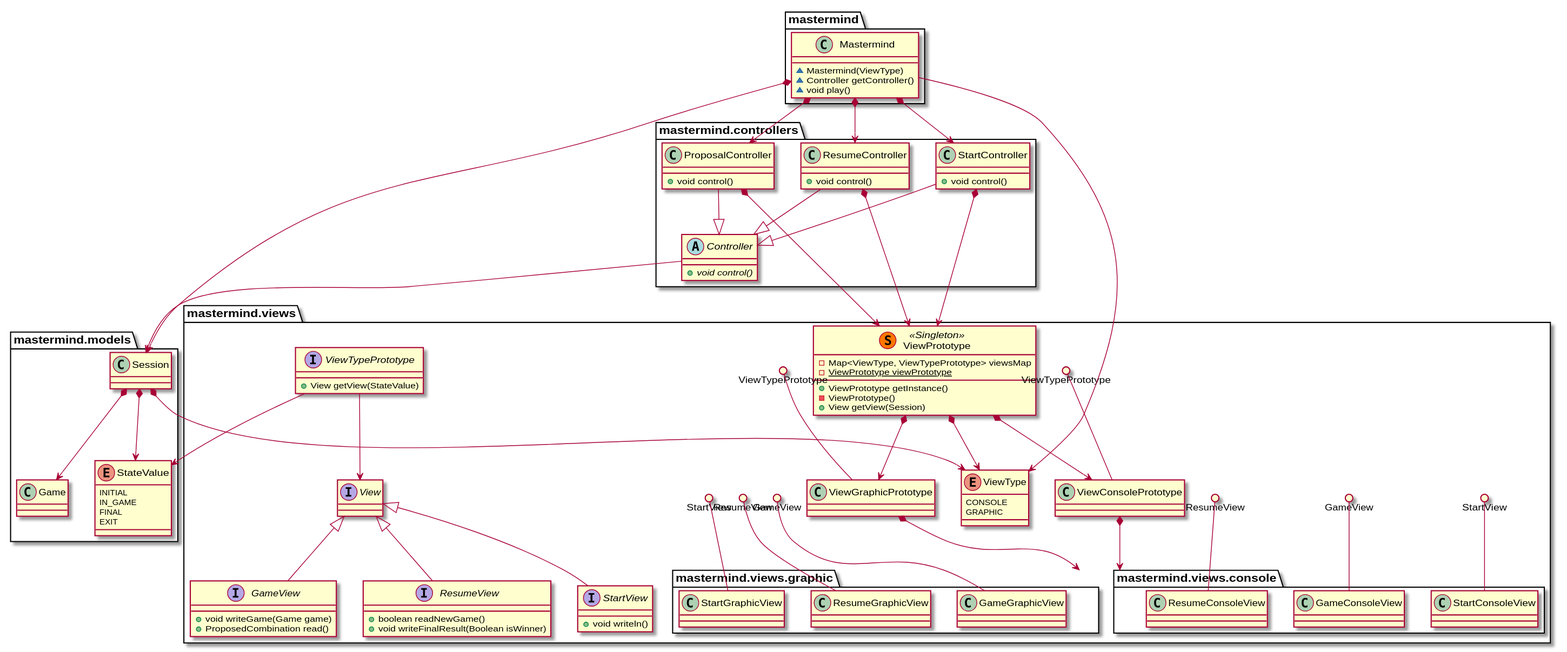
Earlier version of the PlantUML export plantuml.svg (nkoutsourais/4954-PatArqSoft-Practica4).
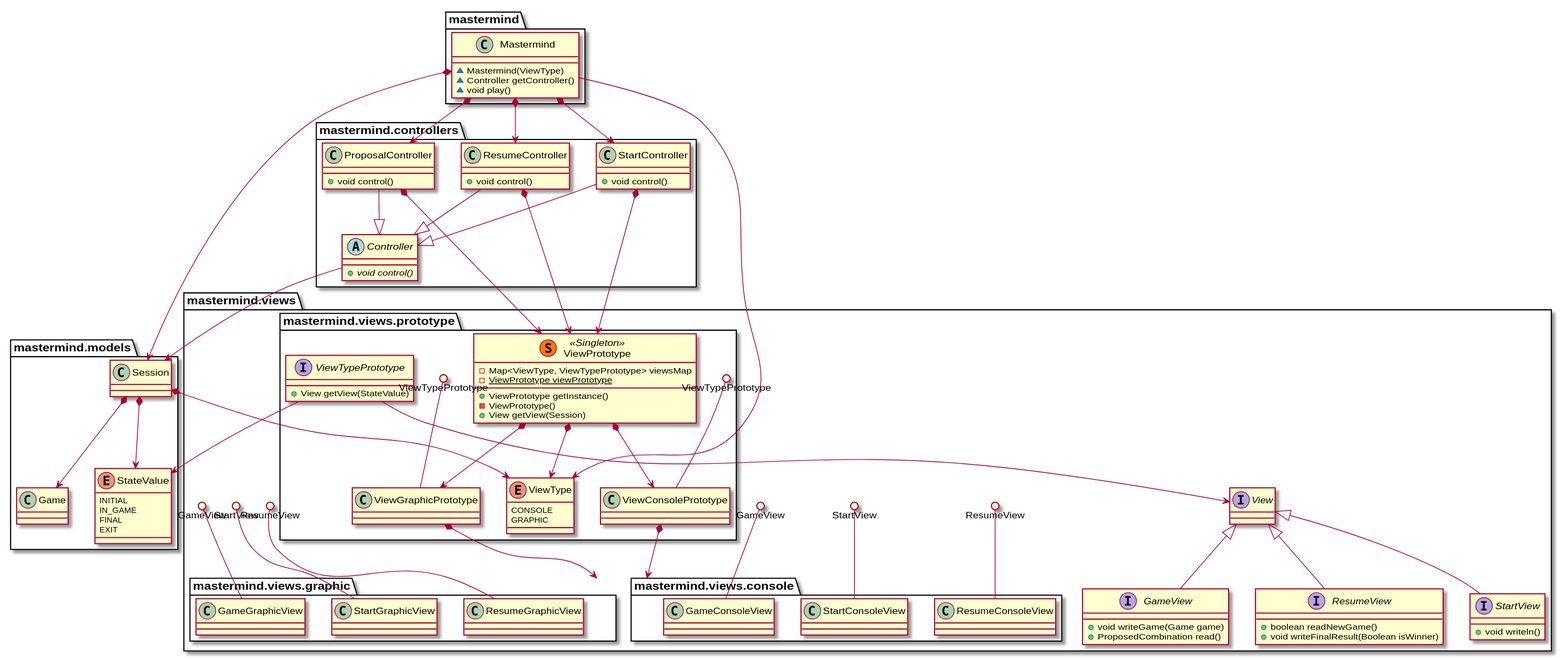
After the change.

Commit message:
package prototype

Diff of the diagram source:
```diff
@@ -34,19 +34,6 @@
 Mastermind *-down-> ResumeController
 
 package mastermind.views {
-class ViewPrototype << (S,#FF7700) Singleton >> {
- - Map<ViewType, ViewTypePrototype> viewsMap
- - {static} ViewPrototype viewPrototype
- + ViewPrototype getInstance()
- - ViewPrototype()
- + View getView(Session)
-}
-
-ViewPrototype *-down-> ViewType
-
-interface ViewTypePrototype {
-    + View getView(StateValue)
-}
 
 interface View
 interface StartView {
@@ -65,6 +52,21 @@
 View <|-down- GameView
 View <|-down- ResumeView
 
+package mastermind.views.prototype {
+class ViewPrototype << (S,#FF7700) Singleton >> {
+ - Map<ViewType, ViewTypePrototype> viewsMap
+ - {static} ViewPrototype viewPrototype
+ + ViewPrototype getInstance()
+ - ViewPrototype()
+ + View getView(Session)
+}
+
+ViewPrototype *-down-> ViewType
+
+interface ViewTypePrototype {
+    + View getView(StateValue)
+}
+
 ViewTypePrototype ()-- ViewConsolePrototype
 ViewTypePrototype ()-- ViewGraphicPrototype
 
@@ -74,6 +76,8 @@
 enum ViewType {
   CONSOLE
   GRAPHIC
+}
+
 }
 
 package mastermind.views.console {
```
